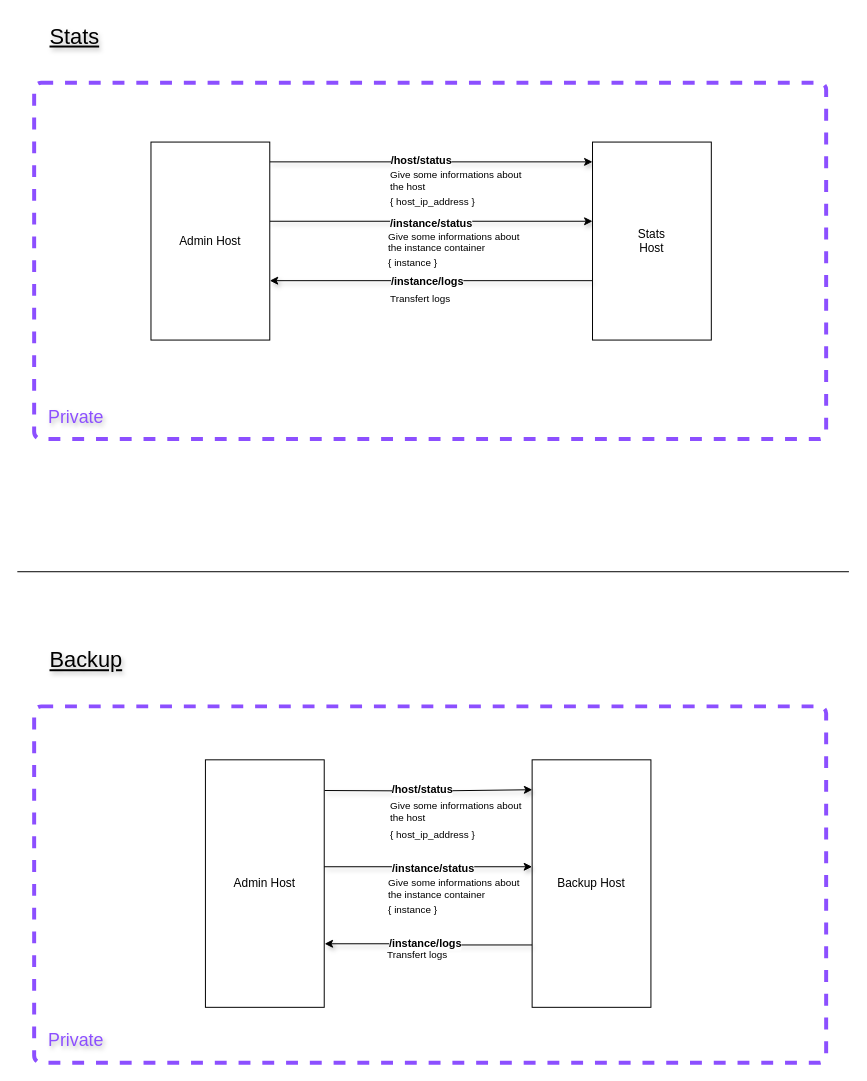
Before: doc/Admin.drawio in yesbabylon/b2, a draw.io diagram. Source tidied: cells renumbered, new cells numbered last; positions are measured from the earlier drawing's top-left corner, leaving out a move shared by most shapes. Both pictures are drawn from the tidied source at 99%, with x=0, y=0 at pixel (17, 17).
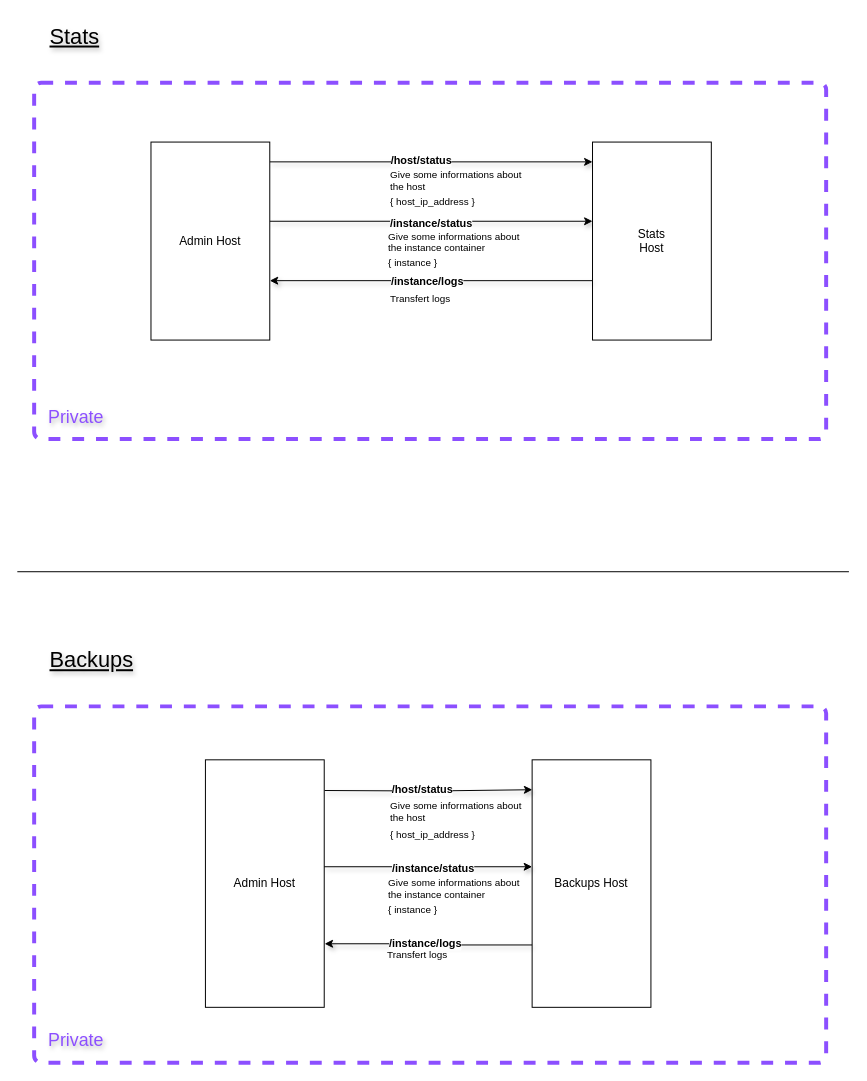
After the change.

Commit message (it also covers changes not shown here):
Added admin charts

Diff of the diagram source:
```diff
@@
-    <mxCell id="20" value="&lt;font style=&quot;font-size: 22px;&quot;&gt;&lt;u&gt;Backup&lt;/u&gt;&lt;/font&gt;" style="text;html=1;align=left;verticalAlign=middle;strokeColor=none;fillColor=none;textShadow=1;" parent="1" vertex="1">
-      <mxGeometry x="31" y="630" width="100" height="40" as="geometry" />
+    <mxCell id="20" value="&lt;font style=&quot;font-size: 22px;&quot;&gt;&lt;u&gt;Backups&lt;/u&gt;&lt;/font&gt;" style="text;html=1;align=left;verticalAlign=middle;strokeColor=none;fillColor=none;textShadow=1;" parent="1" vertex="1">
+      <mxGeometry x="31" y="630" width="110" height="40" as="geometry" />
     </mxCell>
@@
-    <mxCell id="23" value="Backup Host" style="whiteSpace=wrap;html=1;" parent="1" vertex="1">
+    <mxCell id="23" value="Backups Host" style="whiteSpace=wrap;html=1;" parent="1" vertex="1">
       <mxGeometry x="520" y="750" width="120" height="250" as="geometry" />
     </mxCell>
```
